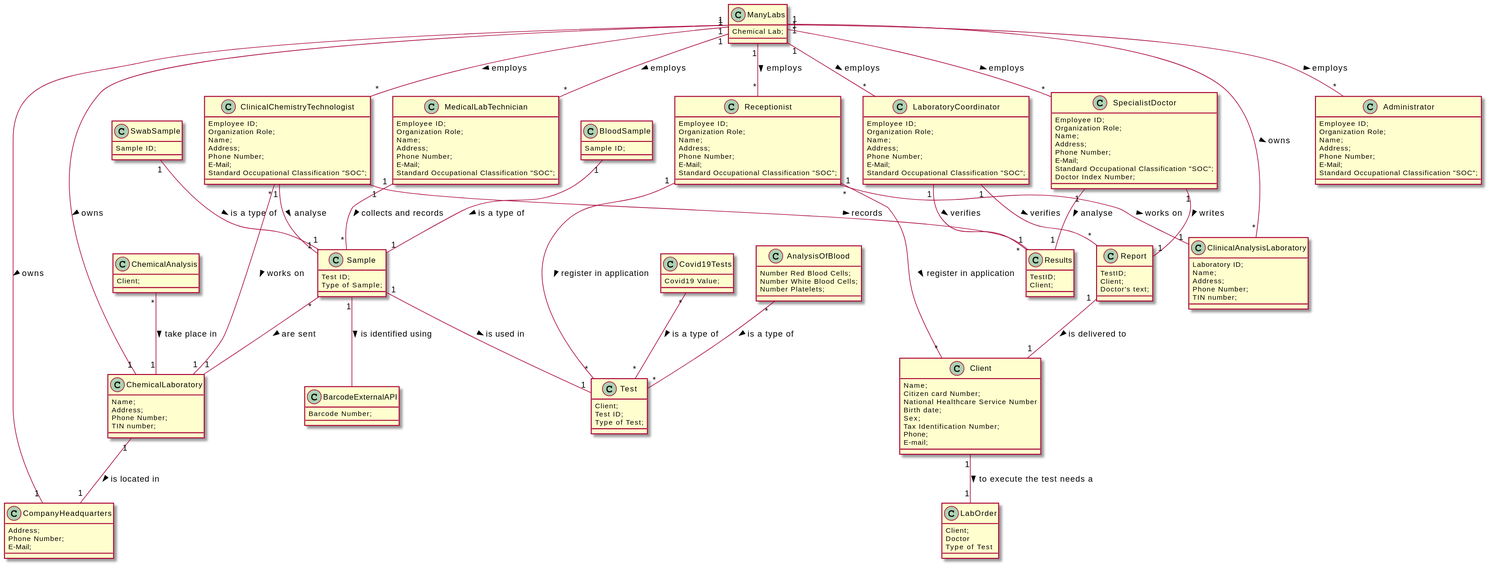
MarianaCLages/LAPR2 keeps this PlantUML diagram as docs/SprintA/DM.svg. Above is the earlier version. The source it was exported from:
```plantuml
@startuml
class ChemicalAnalysis{
}

class Test{
Client;
Test ID;
Type of Test;
}

class Sample{
Test ID;
Type of Sample;
}

class Covid19Tests{
Covid19 Value;
}

class AnalysisOfBlood{
Number Red Blood Cells;
Number White Blood Cells;
Number Platelets;
}

class Client{
Name;
Citizen card Number;
National Healthcare Service Number
Birth date;
Sex;
Tax Identification Number;
Phone;
E-mail;
}

class Receptionist{
Employee ID;
Organization Role;
Name;
Address;
Phone Number;
E-Mail;
Standard Occupational Classification "SOC";
}

class MedicalLabTechnician{
Employee ID;
Organization Role;
Name;
Address;
Phone Number;
E-Mail;
Standard Occupational Classification "SOC";
}

class SpecialistDoctor{
Employee ID;
Organization Role;
Name;
Address;
Phone Number;
E-Mail;
Standard Occupational Classification "SOC";
Doctor Index Number;
}

class Administrator{
Employee ID;
Organization Role;
Name;
Address;
Phone Number;
E-Mail;
Standard Occupational Classification "SOC";
}

class ClinicalChemistryTechnologist{
Employee ID;
Organization Role;
Name;
Address;
Phone Number;
E-Mail;
Standard Occupational Classification "SOC";
}

class LaboratoryCoordinator{
Employee ID;
Organization Role;
Name;
Address;
Phone Number;
E-Mail;
Standard Occupational Classification "SOC";
}

class ClinicalAnalysisLaboratory{
Laboratory ID;
Name;
Address;
Phone Number;
TIN number;
}

class ChemicalLaboratory{
Name;
Address;
Phone Number;
TIN number;
}

class CompanyHeadquarters{
Address;
Phone Number;
E-Mail;
}

class ChemicalAnalysis{
Client;
}

class BloodSample{
Sample ID;
}

class SwabSample{
Sample ID;
}

class ManyLabs{
Chemical Lab;
}

class BarcodeExternalAPI{
Barcode Number;
}

class LabOrder{
Client;
Doctor
Type of Test
}

class Results{
TestID;
Client;
}

class Report{
TestID;
Client;
Doctor's text;
}

LaboratoryCoordinator "1" -- "*" Report: verifies >
LaboratoryCoordinator "1" -- "*" Results: verifies >
ManyLabs "1" -- "*" ClinicalAnalysisLaboratory: owns >
ManyLabs "1" -- "1" ChemicalLaboratory: owns >
ManyLabs "1" -- "1" CompanyHeadquarters: owns >
ManyLabs "1" -- "*" Receptionist: employs  >
ManyLabs "1" -- "*" MedicalLabTechnician: employs >
ManyLabs "1" -- "*" SpecialistDoctor: employs >
ManyLabs "1" -- "*" Administrator: employs >
ManyLabs "1" -- "*" ClinicalChemistryTechnologist: employs >
ManyLabs "1" -- "*" LaboratoryCoordinator: employs >
Client "1" -- "1" LabOrder: to execute the test needs a  >
BloodSample "1" -- "1" Sample: is a type of >
SwabSample "1" -- "1" Sample: is a type of >
ChemicalLaboratory "1" -- "1" CompanyHeadquarters: is located in >
Receptionist "*" -- "1" ClinicalAnalysisLaboratory: works on >
Receptionist "1" -- "*" Test: register in application >
Receptionist "1" -- "*" Client: register in application >
MedicalLabTechnician "1" -- "*" Sample: collects and records >
SpecialistDoctor "1" -- "1" Report: writes >
SpecialistDoctor "1" -- "1" Results: analyse >
Sample "*" -- "1" ChemicalLaboratory: are sent >
ClinicalChemistryTechnologist "1" -- "1" Sample : analyse >
ClinicalChemistryTechnologist "1" -- "1" Results : records >
ClinicalChemistryTechnologist "*" -- "1" ChemicalLaboratory : works on >
AnalysisOfBlood "*" -- "*" Test : is a type of >
Covid19Tests "*" -- "*" Test : is a type of >
Sample "1" -- "1" Test : is used in >
Report "1" -- "1" Client : is delivered to >
ChemicalAnalysis "*" -- "1" ChemicalLaboratory : take place in >
Sample "1" -- BarcodeExternalAPI : is identified using >
@enduml
```
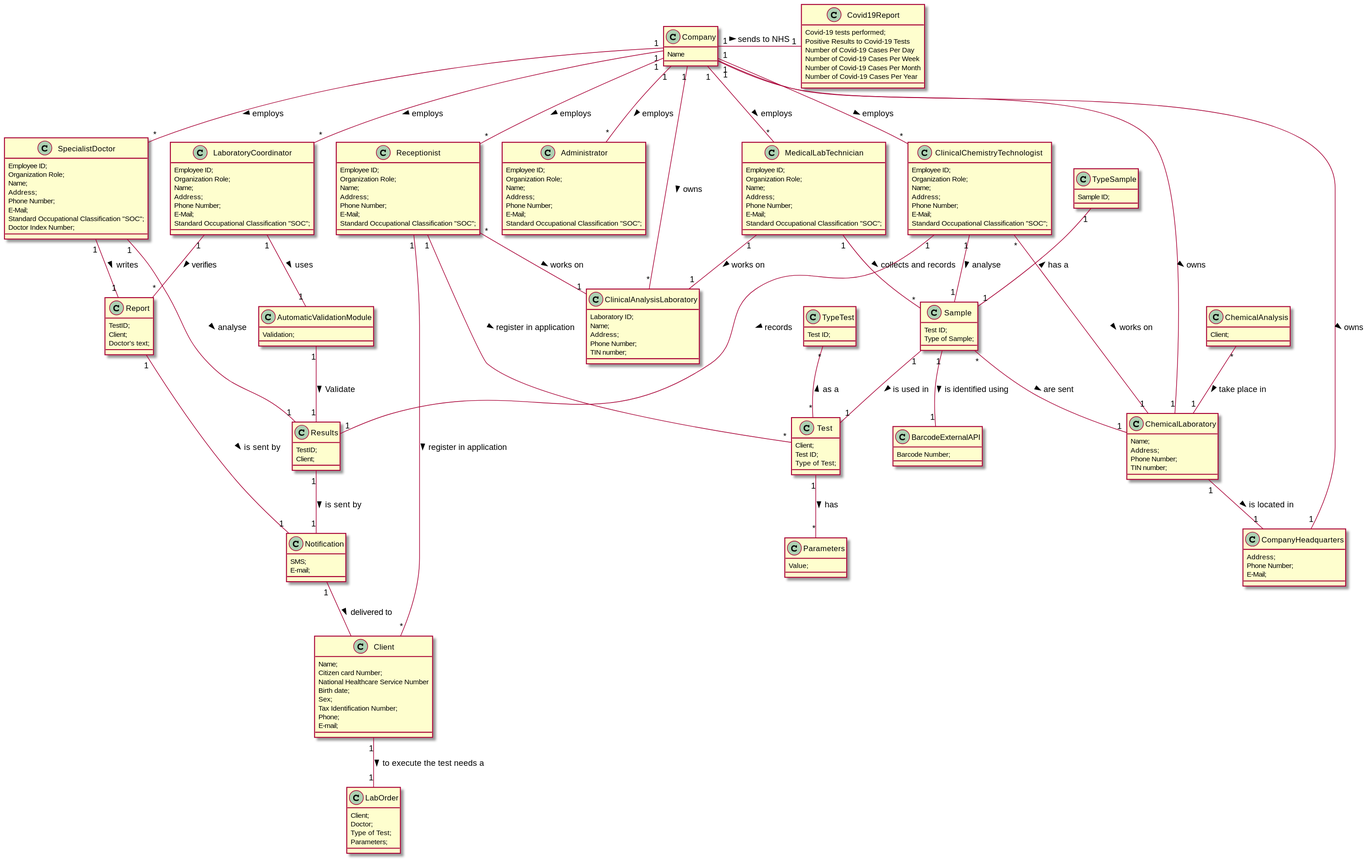
After the change.

Change to the diagram source:
```diff
@@ -1,5 +1,12 @@
 @startuml
-class ChemicalAnalysis{
+
+class Covid19Report{
+Covid-19 tests performed;
+Positive Results to Covid-19 Tests
+Number of Covid-19 Cases Per Day
+Number of Covid-19 Cases Per Week
+Number of Covid-19 Cases Per Month
+Number of Covid-19 Cases Per Year
 }
 
 class Test{
@@ -13,15 +20,10 @@
 Type of Sample;
 }
 
-class Covid19Tests{
-Covid19 Value;
+class TypeTest{
+Test ID;
 }
 
-class AnalysisOfBlood{
-Number Red Blood Cells;
-Number White Blood Cells;
-Number Platelets;
-}
 
 class Client{
 Name;
@@ -120,16 +122,13 @@
 Client;
 }
 
-class BloodSample{
+
+class TypeSample{
 Sample ID;
 }
 
-class SwabSample{
-Sample ID;
-}
-
-class ManyLabs{
-Chemical Lab;
+class Company{
+Name
 }
 
 class BarcodeExternalAPI{
@@ -138,13 +137,19 @@
 
 class LabOrder{
 Client;
-Doctor
-Type of Test
+Doctor;
+Type of Test;
+Parameters;
 }
 
 class Results{
 TestID;
 Client;
+}
+
+class Notification{
+SMS;
+E-mail;
 }
 
 class Report{
@@ -153,35 +158,50 @@
 Doctor's text;
 }
 
+class AutomaticValidationModule{
+Validation;
+}
+
+class Parameters{
+Value;
+}
+
+AutomaticValidationModule "1" -- "1" Results : Validate >
+ChemicalAnalysis "*" -- "1" ChemicalLaboratory : take place in >
+ChemicalLaboratory "1" -- "1" CompanyHeadquarters: is located in >
+Client "1" -- "1" LabOrder: to execute the test needs a  >
+ClinicalChemistryTechnologist "*" -- "1" ChemicalLaboratory : works on >
+ClinicalChemistryTechnologist "1" -- "1" Results : records >
+ClinicalChemistryTechnologist "1" -- "1" Sample : analyse >
+Company "1" - "1" Covid19Report: sends to NHS >
+Company "1" -- "*" Administrator: employs >
+Company "1" -- "*" ClinicalAnalysisLaboratory: owns >
+Company "1" -- "*" ClinicalChemistryTechnologist: employs >
+Company "1" -- "*" LaboratoryCoordinator: employs >
+Company "1" -- "*" MedicalLabTechnician: employs >
+Company "1" -- "*" Receptionist: employs  >
+Company "1" -- "*" SpecialistDoctor: employs >
+Company "1" -- "1" ChemicalLaboratory: owns >
+Company "1" -- "1" CompanyHeadquarters: owns >
 LaboratoryCoordinator "1" -- "*" Report: verifies >
-LaboratoryCoordinator "1" -- "*" Results: verifies >
-ManyLabs "1" -- "*" ClinicalAnalysisLaboratory: owns >
-ManyLabs "1" -- "1" ChemicalLaboratory: owns >
-ManyLabs "1" -- "1" CompanyHeadquarters: owns >
-ManyLabs "1" -- "*" Receptionist: employs  >
-ManyLabs "1" -- "*" MedicalLabTechnician: employs >
-ManyLabs "1" -- "*" SpecialistDoctor: employs >
-ManyLabs "1" -- "*" Administrator: employs >
-ManyLabs "1" -- "*" ClinicalChemistryTechnologist: employs >
-ManyLabs "1" -- "*" LaboratoryCoordinator: employs >
-Client "1" -- "1" LabOrder: to execute the test needs a  >
-BloodSample "1" -- "1" Sample: is a type of >
-SwabSample "1" -- "1" Sample: is a type of >
-ChemicalLaboratory "1" -- "1" CompanyHeadquarters: is located in >
+LaboratoryCoordinator "1" -- "1" AutomaticValidationModule : uses >
+MedicalLabTechnician "1" -- "*" Sample: collects and records >
+MedicalLabTechnician "1" -- "1" ClinicalAnalysisLaboratory : works on >
+Notification "1" -- Client : delivered to >
 Receptionist "*" -- "1" ClinicalAnalysisLaboratory: works on >
+Receptionist "1" -- "*" Client: register in application >
 Receptionist "1" -- "*" Test: register in application >
-Receptionist "1" -- "*" Client: register in application >
-MedicalLabTechnician "1" -- "*" Sample: collects and records >
+Report "1" -- "1" Notification : is sent by >
+Results "1" -- "1" Notification : is sent by >
+Sample "*" -- "1" ChemicalLaboratory: are sent >
+Sample "1" -- "1" BarcodeExternalAPI : is identified using >
+Sample "1" -- "1" Test : is used in >
 SpecialistDoctor "1" -- "1" Report: writes >
 SpecialistDoctor "1" -- "1" Results: analyse >
-Sample "*" -- "1" ChemicalLaboratory: are sent >
-ClinicalChemistryTechnologist "1" -- "1" Sample : analyse >
-ClinicalChemistryTechnologist "1" -- "1" Results : records >
-ClinicalChemistryTechnologist "*" -- "1" ChemicalLaboratory : works on >
-AnalysisOfBlood "*" -- "*" Test : is a type of >
-Covid19Tests "*" -- "*" Test : is a type of >
-Sample "1" -- "1" Test : is used in >
-Report "1" -- "1" Client : is delivered to >
-ChemicalAnalysis "*" -- "1" ChemicalLaboratory : take place in >
-Sample "1" -- BarcodeExternalAPI : is identified using >
+Test "1" -- "*" Parameters : has >
+TypeSample "1" -- "1" Sample: has a <
+TypeTest "*" -- "*" Test : as a <
+
+
+
 @enduml
```
